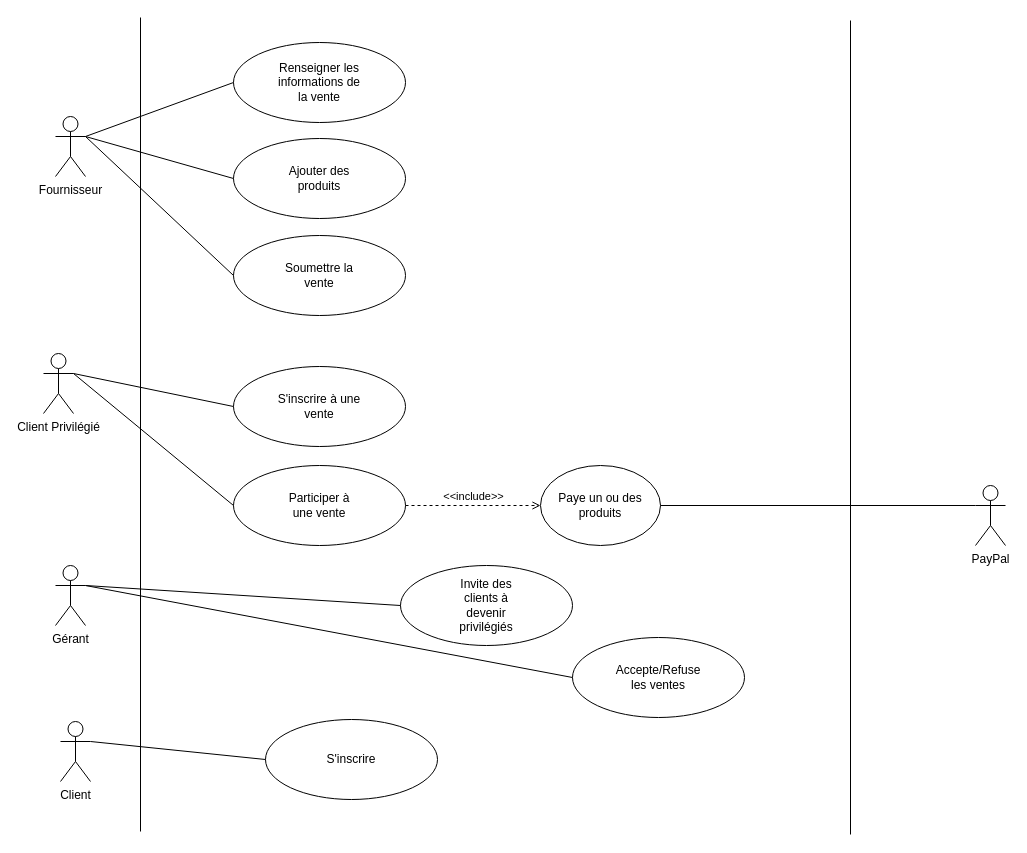
The draw.io diagram page "Diagramme CU" (7 of 8) of docs/Diagrammes.drawio in Kaituro/PCO_Phase2_ProposerVente, before the edit. Source tidied: cells renumbered, new cells numbered last; positions are measured from the earlier drawing's top-left corner, leaving out a move shared by most shapes. Both pictures are drawn from the tidied source at 100%, with x=0, y=0 at pixel (43, 17).
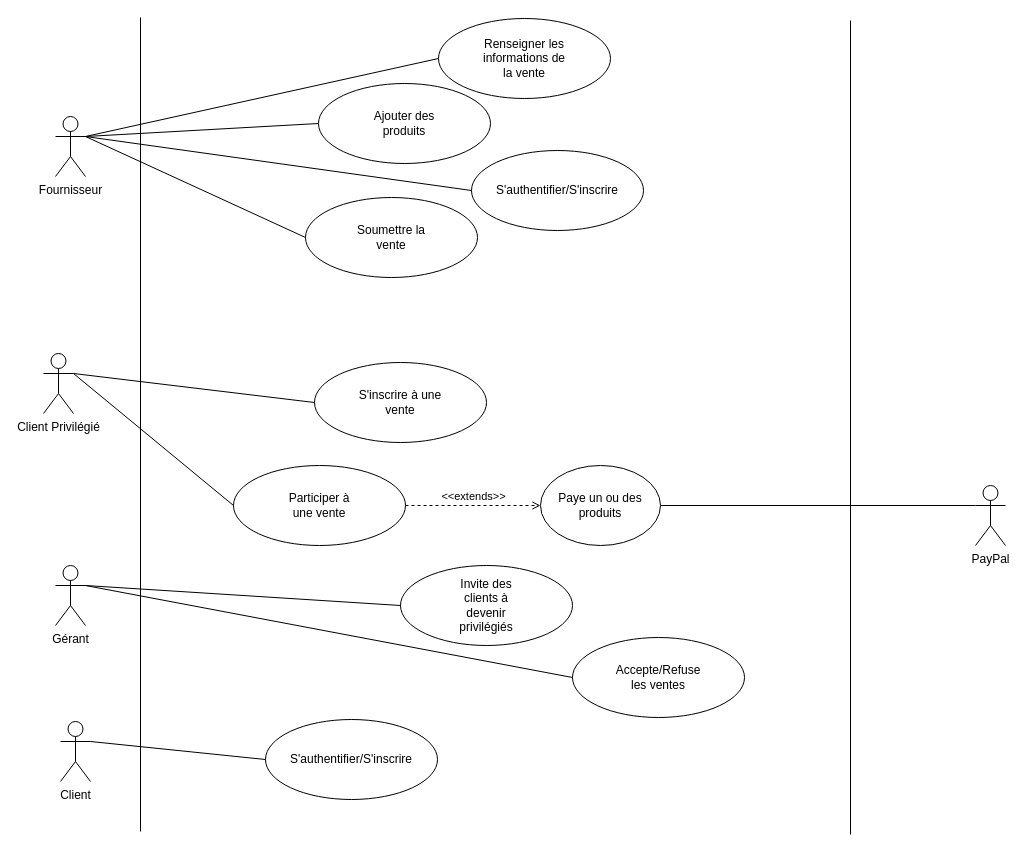
Above is the later version.

Unchanged cells that the change refers to:
```xml
<mxCell id="21" style="ellipse;whiteSpace=wrap;html=1;" parent="20" vertex="1">
  <mxGeometry width="172" height="80" as="geometry" />
</mxCell>
<mxCell id="33" style="group;" parent="1" vertex="1">
  <mxGeometry x="222" y="702" width="172" height="80" as="geometry" />
</mxCell>
<mxCell id="41" value="Paye un ou des produits" style="ellipse;whiteSpace=wrap;html=1;" parent="1" vertex="1">
  <mxGeometry x="497" y="448" width="120" height="80" as="geometry" />
</mxCell>
```

The edit, as a diff of the source:
```diff
@@
     <mxCell id="4" style="group;" parent="1" vertex="1">
-      <mxGeometry x="190" y="25" width="172" height="80" as="geometry" />
+      <mxGeometry x="395" y="1" width="172" height="80" as="geometry" />
     </mxCell>
@@
     <mxCell id="7" style="group;" parent="1" vertex="1">
-      <mxGeometry x="190" y="121" width="172" height="80" as="geometry" />
+      <mxGeometry x="275" y="66" width="172" height="80" as="geometry" />
     </mxCell>
@@
     <mxCell id="10" style="group;" parent="1" vertex="1">
-      <mxGeometry x="190" y="218" width="172" height="80" as="geometry" />
+      <mxGeometry x="262" y="180" width="172" height="80" as="geometry" />
     </mxCell>
@@
     <mxCell id="17" style="group;" parent="1" vertex="1">
-      <mxGeometry x="190" y="349" width="172" height="80" as="geometry" />
+      <mxGeometry x="271" y="345" width="172" height="80" as="geometry" />
     </mxCell>
@@
-    <mxCell id="35" value="S'inscrire" style="text;html=1;align=center;verticalAlign=middle;whiteSpace=wrap;rounded=0;" parent="33" vertex="1">
+    <mxCell id="35" value="S'authentifier/S'inscrire" style="text;html=1;align=center;verticalAlign=middle;whiteSpace=wrap;rounded=0;" parent="33" vertex="1">
       <mxGeometry x="43" y="25" width="86" height="30" as="geometry" />
     </mxCell>
@@
-    <mxCell id="42" value="&amp;lt;&amp;lt;include&amp;gt;&amp;gt;" style="edgeStyle=none;html=1;endArrow=open;verticalAlign=bottom;dashed=1;labelBackgroundColor=none;rounded=0;exitX=1;exitY=0.5;exitDx=0;exitDy=0;entryX=0;entryY=0.5;entryDx=0;entryDy=0;" parent="1" edge="1" source="21" target="41">
+    <mxCell id="42" value="&amp;lt;&amp;lt;extends&amp;gt;&amp;gt;" style="edgeStyle=none;html=1;endArrow=open;verticalAlign=bottom;dashed=1;labelBackgroundColor=none;rounded=0;exitX=1;exitY=0.5;exitDx=0;exitDy=0;entryX=0;entryY=0.5;entryDx=0;entryDy=0;" parent="1" edge="1" source="21" target="41">
       <mxGeometry relative="1" as="geometry" />
     </mxCell>
@@
+    <mxCell id="44" style="group;" parent="1" vertex="1">
+      <mxGeometry x="428" y="133" width="172" height="80" as="geometry" />
+    </mxCell>
+    <mxCell id="45" style="ellipse;whiteSpace=wrap;html=1;" parent="44" vertex="1">
+      <mxGeometry width="172" height="80" as="geometry" />
+    </mxCell>
+    <mxCell id="46" value="S'authentifier/S'inscrire" style="text;html=1;align=center;verticalAlign=middle;whiteSpace=wrap;rounded=0;" parent="44" vertex="1">
+      <mxGeometry x="43" y="25" width="86" height="30" as="geometry" />
+    </mxCell>
+    <mxCell id="47" style="endArrow=none;html=1;rounded=0;entryX=0;entryY=0.5;entryDx=0;entryDy=0;" parent="1" edge="1" target="45">
+      <mxGeometry relative="1" as="geometry">
+        <mxPoint x="42" y="119" as="sourcePoint" />
+      </mxGeometry>
+    </mxCell>
```
